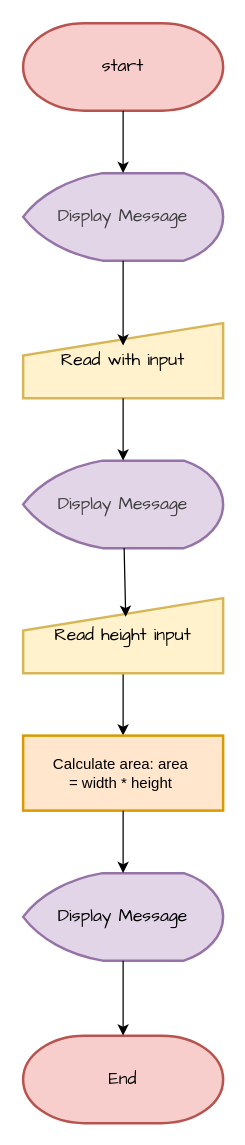
minimin05/mymem keeps this draw.io diagram as 02 lec/test_flow.drawio. Above is the earlier version. Source tidied: cells renumbered, new cells numbered last; positions are measured from the earlier drawing's top-left corner, leaving out a move shared by most shapes. Both pictures are drawn from the tidied source at 125%, with x=0, y=0 at pixel (22, 22).
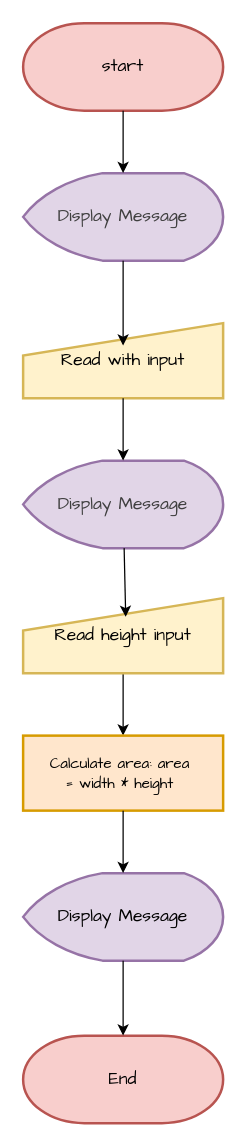
The same diagram, later.

Diff of the diagram source:
```diff
@@
 <mxGraphModel>
   <root>
     <mxCell id="0" />
     <mxCell id="1" parent="0" />
     <mxCell id="2" value="&lt;font style=&quot;font-size: 14px;&quot; face=&quot;Comic Sans MS&quot;&gt;start&lt;/font&gt;" style="strokeWidth=2;html=1;shape=mxgraph.flowchart.terminator;whiteSpace=wrap;fillColor=#f8cecc;strokeColor=#b85450;" parent="1" vertex="1">
       <mxGeometry width="160" height="70" as="geometry" />
     </mxCell>
     <mxCell id="3" value="&lt;span style=&quot;color: rgb(63, 63, 63); font-family: &amp;quot;Comic Sans MS&amp;quot;; font-size: 14px;&quot;&gt;Display Message&lt;/span&gt;" style="strokeWidth=2;html=1;shape=mxgraph.flowchart.display;whiteSpace=wrap;fillColor=#e1d5e7;strokeColor=#9673a6;" parent="1" vertex="1">
       <mxGeometry y="120" width="160" height="70" as="geometry" />
     </mxCell>
     <mxCell id="4" style="edgeStyle=none;html=1;entryX=0.5;entryY=0;entryDx=0;entryDy=0;entryPerimeter=0;" parent="1" edge="1" source="2" target="3">
       <mxGeometry relative="1" as="geometry" />
     </mxCell>
     <mxCell id="5" value="&lt;font style=&quot;font-size: 14px;&quot; face=&quot;Comic Sans MS&quot;&gt;Read with input&lt;/font&gt;" style="html=1;strokeWidth=2;shape=manualInput;whiteSpace=wrap;rounded=0;size=26;arcSize=11;fillColor=#fff2cc;strokeColor=#d6b656;" parent="1" vertex="1">
       <mxGeometry y="240" width="160" height="60" as="geometry" />
     </mxCell>
     <mxCell id="6" style="edgeStyle=none;html=1;entryX=0.5;entryY=0.3;entryDx=0;entryDy=0;entryPerimeter=0;" parent="1" edge="1" source="3" target="5">
       <mxGeometry relative="1" as="geometry" />
     </mxCell>
     <mxCell id="7" value="&lt;span style=&quot;color: rgb(63, 63, 63); font-family: &amp;quot;Comic Sans MS&amp;quot;; font-size: 14px;&quot;&gt;Display Message&lt;/span&gt;" style="strokeWidth=2;html=1;shape=mxgraph.flowchart.display;whiteSpace=wrap;fillColor=#e1d5e7;strokeColor=#9673a6;" parent="1" vertex="1">
       <mxGeometry y="350" width="160" height="70" as="geometry" />
     </mxCell>
     <mxCell id="8" style="edgeStyle=none;html=1;entryX=0.5;entryY=0;entryDx=0;entryDy=0;entryPerimeter=0;" parent="1" edge="1" source="5" target="7">
       <mxGeometry relative="1" as="geometry" />
     </mxCell>
     <mxCell id="9" style="edgeStyle=none;html=1;" parent="1" edge="1" source="10" target="12">
       <mxGeometry relative="1" as="geometry" />
     </mxCell>
     <mxCell id="10" value="&lt;font style=&quot;font-size: 14px;&quot; face=&quot;Comic Sans MS&quot;&gt;Read height input&lt;/font&gt;" style="html=1;strokeWidth=2;shape=manualInput;whiteSpace=wrap;rounded=0;size=26;arcSize=11;fillColor=#fff2cc;strokeColor=#d6b656;" parent="1" vertex="1">
       <mxGeometry y="460" width="160" height="60" as="geometry" />
     </mxCell>
     <mxCell id="11" style="edgeStyle=none;html=1;entryX=0.513;entryY=0.25;entryDx=0;entryDy=0;entryPerimeter=0;" parent="1" edge="1" source="7" target="10">
       <mxGeometry relative="1" as="geometry" />
     </mxCell>
-    <mxCell id="12" value="Calculate area: area&amp;nbsp;&lt;div&gt;= width * height&amp;nbsp;&lt;/div&gt;" style="whiteSpace=wrap;html=1;fillColor=#ffe6cc;strokeColor=#d79b00;strokeWidth=2;rounded=0;arcSize=11;" parent="1" vertex="1">
+    <mxCell id="12" value="&lt;font style=&quot;font-size: 12px;&quot; face=&quot;Comic Sans MS&quot;&gt;Calculate area: area&amp;nbsp;&lt;/font&gt;&lt;div&gt;&lt;font face=&quot;Comic Sans MS&quot; style=&quot;font-size: 12px;&quot;&gt;= width * height&amp;nbsp;&lt;/font&gt;&lt;/div&gt;" style="whiteSpace=wrap;html=1;fillColor=#ffe6cc;strokeColor=#d79b00;strokeWidth=2;rounded=0;arcSize=11;" parent="1" vertex="1">
       <mxGeometry y="570" width="160" height="60" as="geometry" />
     </mxCell>
     <mxCell id="13" value="&lt;font style=&quot;font-size: 14px;&quot; face=&quot;Comic Sans MS&quot;&gt;End&lt;/font&gt;" style="strokeWidth=2;html=1;shape=mxgraph.flowchart.terminator;whiteSpace=wrap;fillColor=#f8cecc;strokeColor=#b85450;" parent="1" vertex="1">
       <mxGeometry y="810" width="160" height="70" as="geometry" />
     </mxCell>
     <mxCell id="14" value="&lt;font face=&quot;Comic Sans MS&quot; style=&quot;font-size: 14px;&quot;&gt;Display Message&lt;/font&gt;" style="strokeWidth=2;html=1;shape=mxgraph.flowchart.display;whiteSpace=wrap;fillColor=#e1d5e7;strokeColor=#9673a6;" parent="1" vertex="1">
       <mxGeometry y="680" width="160" height="70" as="geometry" />
     </mxCell>
     <mxCell id="15" style="edgeStyle=none;html=1;entryX=0.5;entryY=0;entryDx=0;entryDy=0;entryPerimeter=0;" parent="1" edge="1" source="12" target="14">
       <mxGeometry relative="1" as="geometry" />
     </mxCell>
     <mxCell id="16" style="edgeStyle=none;html=1;entryX=0.5;entryY=0;entryDx=0;entryDy=0;entryPerimeter=0;" parent="1" edge="1" source="14" target="13">
       <mxGeometry relative="1" as="geometry" />
     </mxCell>
   </root>
 </mxGraphModel>
```
